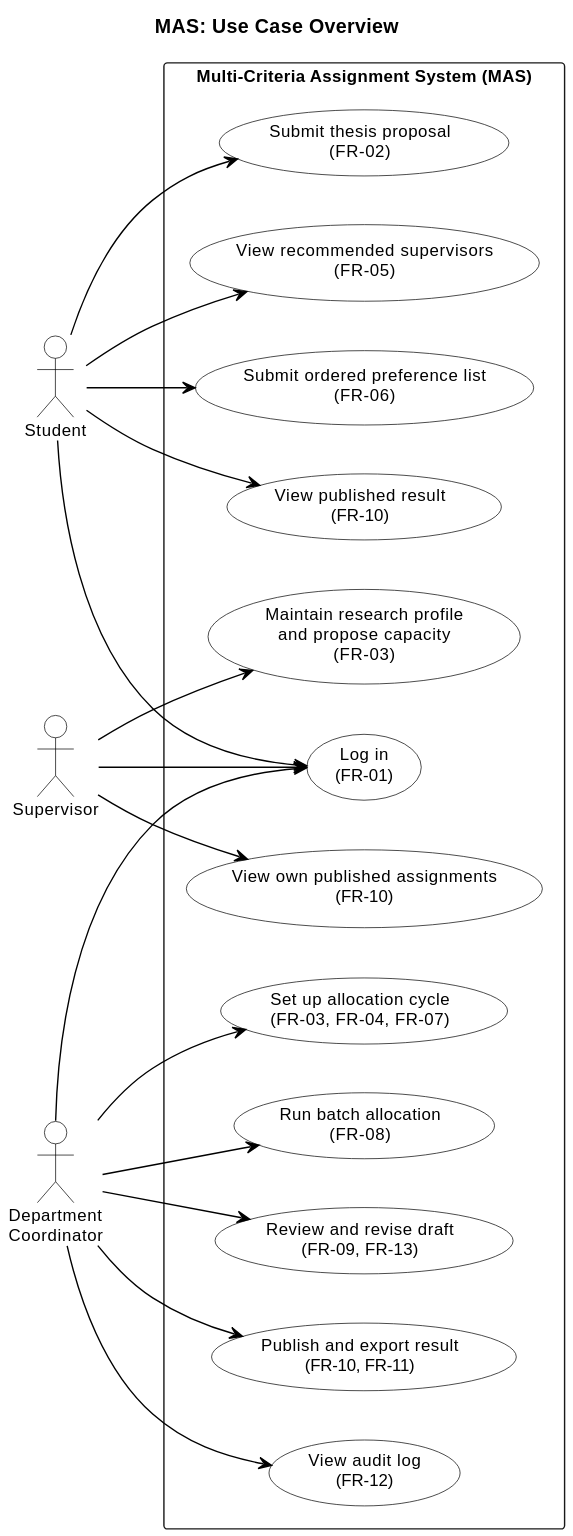
Earlier version of the PlantUML export diagrams/exports/use-case-overview.svg (Diasb4/Diploma).
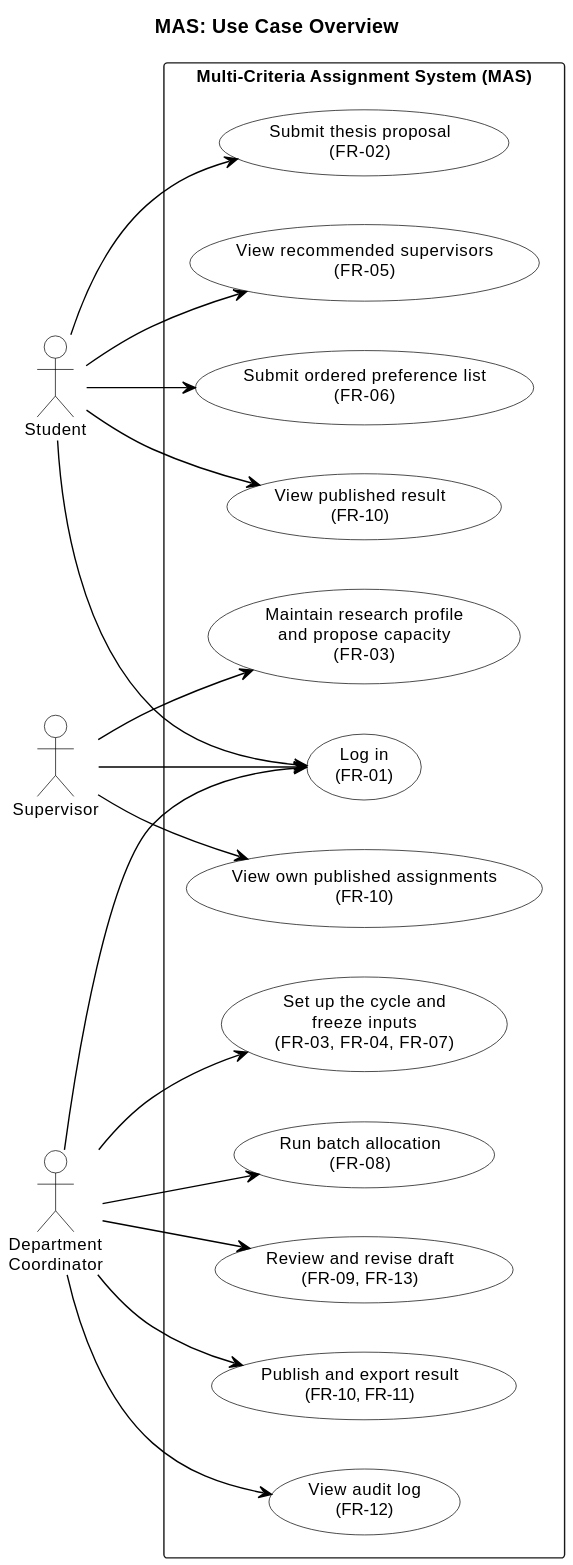
The same file after the commit.

Diff of the diagram source:
```diff
@@ -31,7 +31,7 @@
   usecase "Maintain research profile\nand propose capacity\n(FR-03)" as P1
   usecase "View own published assignments\n(FR-10)" as P2
 
-  usecase "Set up allocation cycle\n(FR-03, FR-04, FR-07)" as C1
+  usecase "Set up the cycle and\nfreeze inputs\n(FR-03, FR-04, FR-07)" as C1
   usecase "Run batch allocation\n(FR-08)" as C2
   usecase "Review and revise draft\n(FR-09, FR-13)" as C3
   usecase "Publish and export result\n(FR-10, FR-11)" as C4
```
